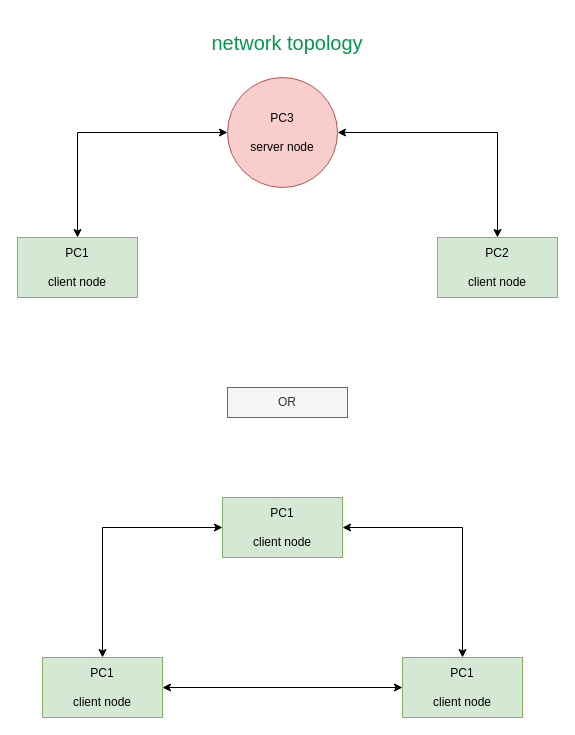
patternseeker89/PROK keeps this draw.io diagram as docs/serviceFiles/networkTopology.drawio. Above is the earlier version. Source tidied: cells renumbered, new cells numbered last; positions are measured from the earlier drawing's top-left corner, leaving out a move shared by most shapes. Both pictures are drawn from the tidied source at 100%, with x=0, y=0 at pixel (17, 17).
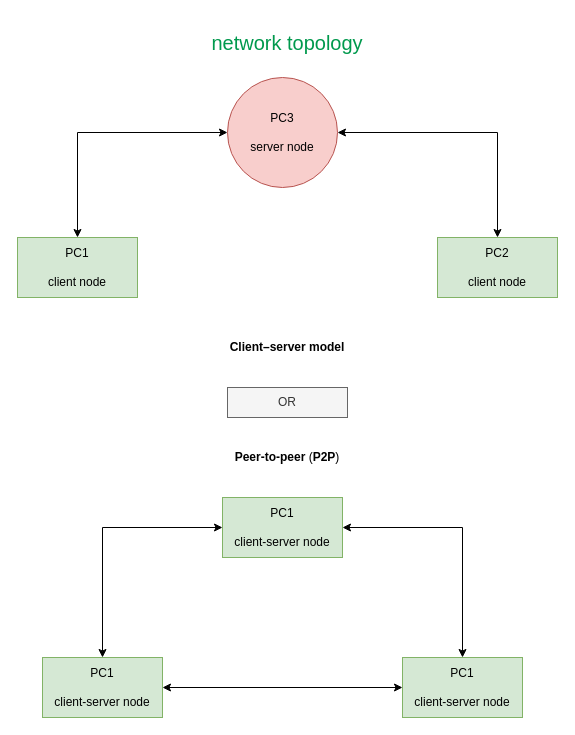
The same diagram, later.

Commit message (it also covers changes not shown here):
add network topology image

What changed in the source:
```diff
@@
 <mxGraphModel>
   <root>
     <mxCell id="0" />
     <mxCell id="1" parent="0" />
     <mxCell id="2" style="edgeStyle=orthogonalEdgeStyle;rounded=0;jettySize=auto;html=1;exitX=0.5;exitY=0;exitDx=0;exitDy=0;entryX=0;entryY=0.5;entryDx=0;entryDy=0;strokeColor=none;startArrow=classic;startFill=1;" parent="1" edge="1" source="4" target="5">
       <mxGeometry relative="1" as="geometry" />
     </mxCell>
     <mxCell id="3" style="edgeStyle=orthogonalEdgeStyle;rounded=0;jettySize=auto;html=1;exitX=0.5;exitY=0;exitDx=0;exitDy=0;entryX=0;entryY=0.5;entryDx=0;entryDy=0;startArrow=classic;startFill=1;" parent="1" edge="1" source="4" target="5">
       <mxGeometry relative="1" as="geometry" />
     </mxCell>
     <mxCell id="4" value="&lt;div&gt;PC1&lt;/div&gt;&lt;div&gt;&lt;br&gt;&lt;/div&gt;&lt;div&gt;client node&lt;br&gt;&lt;/div&gt;" style="rounded=0;whiteSpace=wrap;html=1;fillColor=#d5e8d4;strokeColor=#82b366;" parent="1" vertex="1">
       <mxGeometry y="220" width="120" height="60" as="geometry" />
     </mxCell>
     <mxCell id="5" value="&lt;div&gt;PC3&lt;/div&gt;&lt;div&gt;&lt;br&gt;&lt;/div&gt;&lt;div&gt;server node&lt;br&gt;&lt;/div&gt;" style="ellipse;whiteSpace=wrap;html=1;fillColor=#f8cecc;strokeColor=#b85450;" parent="1" vertex="1">
       <mxGeometry x="210" y="60" width="110" height="110" as="geometry" />
     </mxCell>
     <mxCell id="6" style="edgeStyle=orthogonalEdgeStyle;rounded=0;jettySize=auto;html=1;exitX=0.5;exitY=0;exitDx=0;exitDy=0;entryX=1;entryY=0.5;entryDx=0;entryDy=0;startArrow=classic;startFill=1;" parent="1" edge="1" source="7" target="5">
       <mxGeometry relative="1" as="geometry" />
     </mxCell>
     <mxCell id="7" value="&lt;div&gt;PC2&lt;/div&gt;&lt;div&gt;&lt;br&gt;&lt;/div&gt;&lt;div&gt;client node&lt;br&gt;&lt;/div&gt;" style="rounded=0;whiteSpace=wrap;html=1;fillColor=#d5e8d4;strokeColor=#82b366;" parent="1" vertex="1">
       <mxGeometry x="420" y="220" width="120" height="60" as="geometry" />
     </mxCell>
     <mxCell id="8" value="OR" style="rounded=0;whiteSpace=wrap;html=1;fillColor=#f5f5f5;strokeColor=#666666;fontColor=#333333;" parent="1" vertex="1">
       <mxGeometry x="210" y="370" width="120" height="30" as="geometry" />
     </mxCell>
     <mxCell id="9" style="edgeStyle=orthogonalEdgeStyle;rounded=0;jettySize=auto;html=1;exitX=0.5;exitY=0;exitDx=0;exitDy=0;entryX=0;entryY=0.5;entryDx=0;entryDy=0;startArrow=classic;startFill=1;" parent="1" edge="1" source="11" target="13">
       <mxGeometry relative="1" as="geometry" />
     </mxCell>
     <mxCell id="10" style="edgeStyle=orthogonalEdgeStyle;rounded=0;jettySize=auto;html=1;exitX=1;exitY=0.5;exitDx=0;exitDy=0;entryX=0;entryY=0.5;entryDx=0;entryDy=0;startArrow=classic;startFill=1;" parent="1" edge="1" source="11" target="14">
       <mxGeometry relative="1" as="geometry" />
     </mxCell>
-    <mxCell id="11" value="&lt;div&gt;PC1&lt;/div&gt;&lt;div&gt;&lt;br&gt;&lt;/div&gt;&lt;div&gt;client node&lt;br&gt;&lt;/div&gt;" style="rounded=0;whiteSpace=wrap;html=1;fillColor=#d5e8d4;strokeColor=#82b366;" parent="1" vertex="1">
+    <mxCell id="11" value="&lt;div&gt;PC1&lt;/div&gt;&lt;div&gt;&lt;br&gt;&lt;/div&gt;&lt;div&gt;client-server node&lt;br&gt;&lt;/div&gt;" style="rounded=0;whiteSpace=wrap;html=1;fillColor=#d5e8d4;strokeColor=#82b366;" parent="1" vertex="1">
       <mxGeometry x="25" y="640" width="120" height="60" as="geometry" />
     </mxCell>
     <mxCell id="12" style="edgeStyle=orthogonalEdgeStyle;rounded=0;jettySize=auto;html=1;exitX=1;exitY=0.5;exitDx=0;exitDy=0;entryX=0.5;entryY=0;entryDx=0;entryDy=0;startArrow=classic;startFill=1;" parent="1" edge="1" source="13" target="14">
       <mxGeometry relative="1" as="geometry" />
     </mxCell>
-    <mxCell id="13" value="&lt;div&gt;PC1&lt;/div&gt;&lt;div&gt;&lt;br&gt;&lt;/div&gt;&lt;div&gt;client node&lt;br&gt;&lt;/div&gt;" style="rounded=0;whiteSpace=wrap;html=1;fillColor=#d5e8d4;strokeColor=#82b366;" parent="1" vertex="1">
+    <mxCell id="13" value="&lt;div&gt;PC1&lt;/div&gt;&lt;div&gt;&lt;br&gt;&lt;/div&gt;&lt;div&gt;client-server node&lt;br&gt;&lt;/div&gt;" style="rounded=0;whiteSpace=wrap;html=1;fillColor=#d5e8d4;strokeColor=#82b366;" parent="1" vertex="1">
       <mxGeometry x="205" y="480" width="120" height="60" as="geometry" />
     </mxCell>
-    <mxCell id="14" value="&lt;div&gt;PC1&lt;/div&gt;&lt;div&gt;&lt;br&gt;&lt;/div&gt;&lt;div&gt;client node&lt;br&gt;&lt;/div&gt;" style="rounded=0;whiteSpace=wrap;html=1;fillColor=#d5e8d4;strokeColor=#82b366;" parent="1" vertex="1">
+    <mxCell id="14" value="&lt;div&gt;PC1&lt;/div&gt;&lt;div&gt;&lt;br&gt;&lt;/div&gt;&lt;div&gt;client-server node&lt;br&gt;&lt;/div&gt;" style="rounded=0;whiteSpace=wrap;html=1;fillColor=#d5e8d4;strokeColor=#82b366;" parent="1" vertex="1">
       <mxGeometry x="385" y="640" width="120" height="60" as="geometry" />
     </mxCell>
     <mxCell id="15" value="&lt;font style=&quot;font-size: 20px&quot; color=&quot;#00994D&quot;&gt;network topology&lt;/font&gt;" style="text;html=1;strokeColor=none;fillColor=none;align=center;verticalAlign=middle;whiteSpace=wrap;rounded=0;" parent="1" vertex="1">
       <mxGeometry x="160" width="220" height="50" as="geometry" />
     </mxCell>
+    <mxCell id="16" value="&lt;b&gt;Peer-to-peer&lt;/b&gt; (&lt;b&gt;P2P&lt;/b&gt;)" style="text;html=1;strokeColor=none;fillColor=none;align=center;verticalAlign=middle;whiteSpace=wrap;rounded=0;" parent="1" vertex="1">
+      <mxGeometry x="195" y="430" width="150" height="20" as="geometry" />
+    </mxCell>
+    <mxCell id="17" value="&lt;b&gt;Client–server model&lt;/b&gt;" style="text;html=1;strokeColor=none;fillColor=none;align=center;verticalAlign=middle;whiteSpace=wrap;rounded=0;" parent="1" vertex="1">
+      <mxGeometry x="195" y="320" width="150" height="20" as="geometry" />
+    </mxCell>
   </root>
 </mxGraphModel>
```
